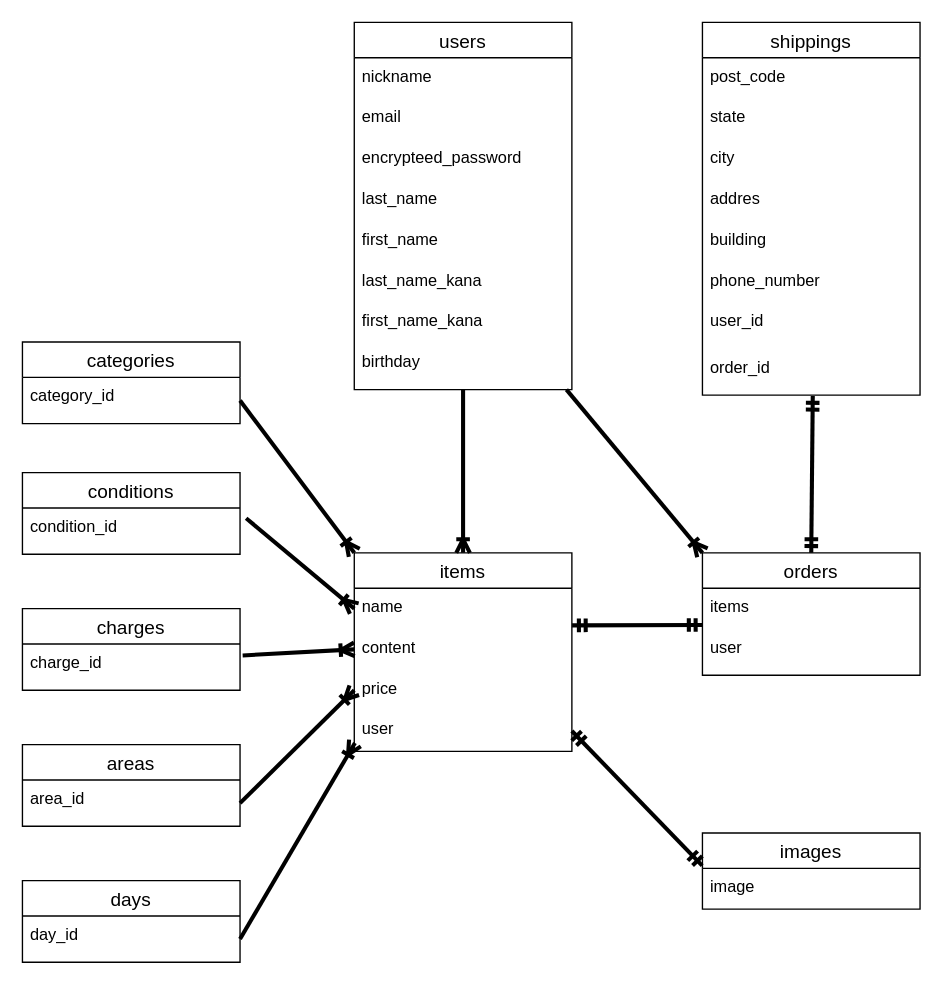
Above: er.dio in ap0424ts/furima-38605 (draw.io), before the change. Source tidied: cells renumbered, new cells numbered last; positions are measured from the earlier drawing's top-left corner, leaving out a move shared by most shapes. Both pictures are drawn from the tidied source at 136%, with x=0, y=0 at pixel (22, 22).
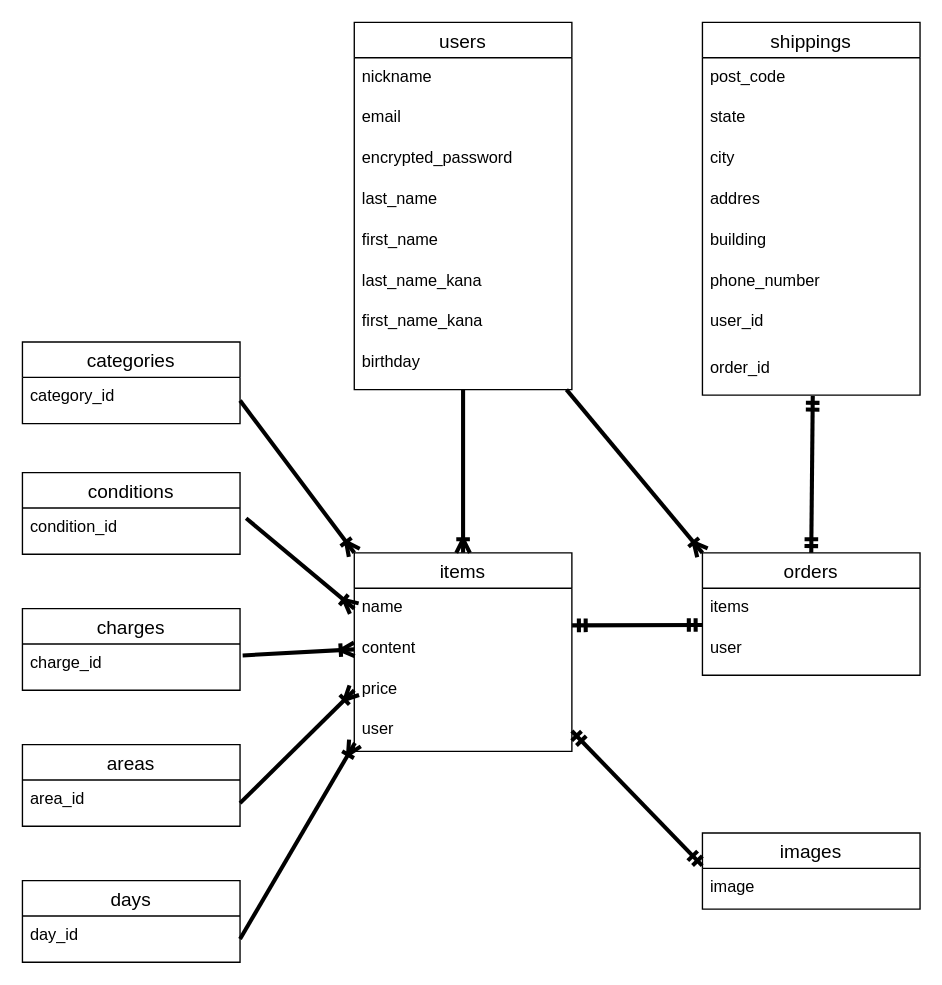
After the change.

Unchanged cells that the change refers to:
```xml
<mxCell id="2" value="users" style="swimlane;fontStyle=0;horizontal=1;startSize=26;align=center;fontSize=14;" parent="1" vertex="1">
  <mxGeometry x="244" width="160" height="270" as="geometry" />
</mxCell>
```

What changed in the source:
```diff
@@
-    <mxCell id="5" value="encrypteed_password" style="text;strokeColor=none;fillColor=none;spacingLeft=4;spacingRight=4;overflow=hidden;fontSize=12;" parent="2" vertex="1">
+    <mxCell id="5" value="encrypted_password" style="text;strokeColor=none;fillColor=none;spacingLeft=4;spacingRight=4;overflow=hidden;fontSize=12;" parent="2" vertex="1">
       <mxGeometry y="86" width="160" height="30" as="geometry" />
     </mxCell>
```
